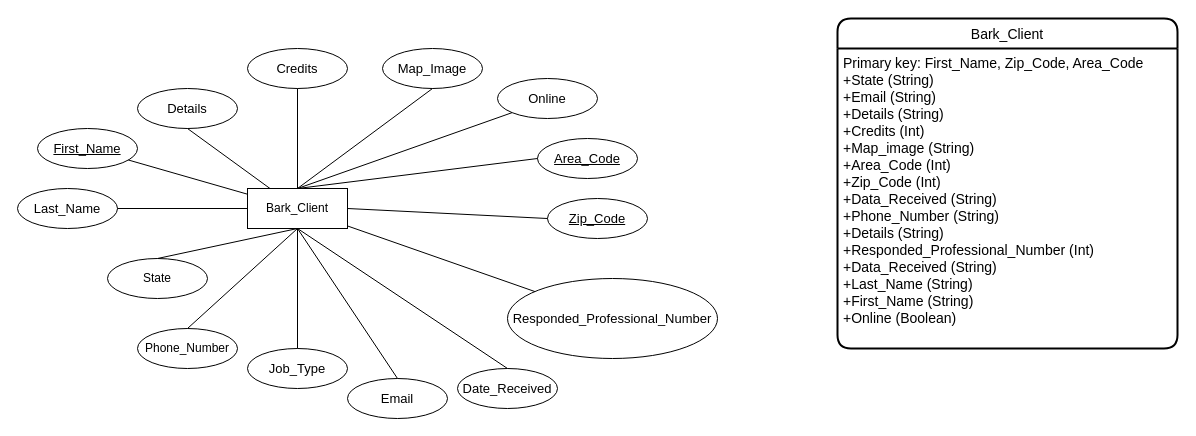
Earlier version of the draw.io diagram Database_Schema/Epibark_Database_Schema.drawio (eamankwah250/python-bark-extractor). Source tidied: cells renumbered, new cells numbered last; positions are measured from the earlier drawing's top-left corner, leaving out a move shared by most shapes. Both pictures are drawn from the tidied source at 100%, with x=0, y=0 at pixel (17, 18).
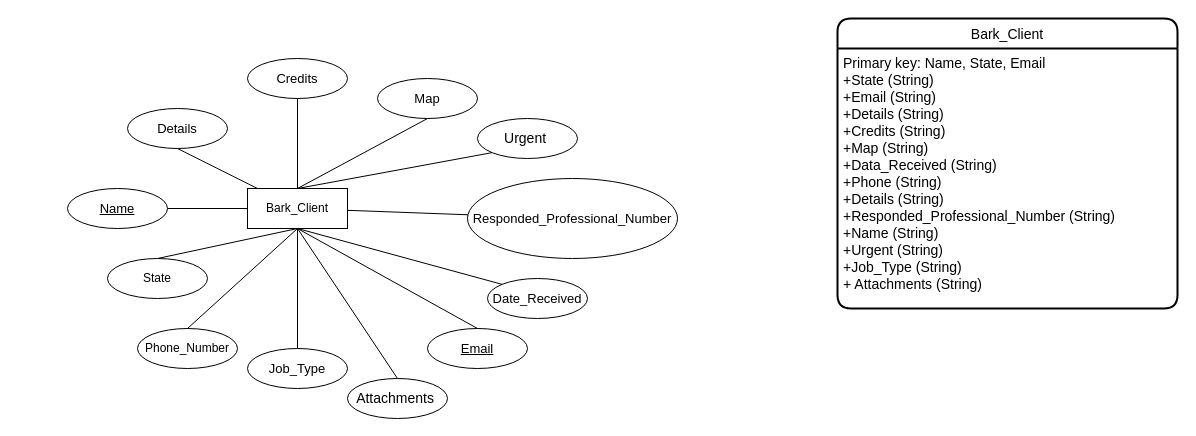
Above is the later version.

The change refers to these unchanged cells:
```xml
<mxCell id="2" value="Bark_Client" style="whiteSpace=wrap;html=1;align=center;" parent="1" vertex="1">
  <mxGeometry x="230" y="170" width="100" height="40" as="geometry" />
</mxCell>
```

Change to the diagram source:
```diff
@@
-    <mxCell id="9" value="&lt;span style=&quot;font-family: arial; font-size: 13px; text-align: left; background-color: rgb(255, 255, 255);&quot;&gt;Email&lt;/span&gt;" style="ellipse;whiteSpace=wrap;html=1;align=center;" parent="1" vertex="1">
-      <mxGeometry x="330" y="360" width="100" height="40" as="geometry" />
+    <mxCell id="9" value="&lt;span style=&quot;font-family: arial; font-size: 13px; text-align: left; background-color: rgb(255, 255, 255);&quot;&gt;&lt;u&gt;Email&lt;/u&gt;&lt;/span&gt;" style="ellipse;whiteSpace=wrap;html=1;align=center;" parent="1" vertex="1">
+      <mxGeometry x="410" y="310" width="100" height="40" as="geometry" />
     </mxCell>
@@
     <mxCell id="11" value="&lt;span style=&quot;font-family: Arial; font-size: 13px; text-align: left; background-color: rgb(255, 255, 255);&quot;&gt;Date_Received&lt;/span&gt;" style="ellipse;whiteSpace=wrap;html=1;align=center;" parent="1" vertex="1">
-      <mxGeometry x="440" y="350" width="100" height="40" as="geometry" />
+      <mxGeometry x="470" y="260" width="100" height="40" as="geometry" />
     </mxCell>
-    <mxCell id="12" style="endArrow=none;html=1;rounded=0;exitX=0.5;exitY=0;exitDx=0;exitDy=0;entryX=0.5;entryY=1;entryDx=0;entryDy=0;" parent="1" edge="1" source="11" target="2">
+    <mxCell id="12" style="endArrow=none;html=1;rounded=0;exitX=0;exitY=0;exitDx=0;exitDy=0;entryX=0.5;entryY=1;entryDx=0;entryDy=0;" parent="1" edge="1" source="11" target="2">
       <mxGeometry relative="1" as="geometry" />
     </mxCell>
-    <mxCell id="13" value="&lt;span style=&quot;font-family: arial; font-size: 13px; text-align: left; background-color: rgb(255, 255, 255);&quot;&gt;&lt;u&gt;Zip_Code&lt;/u&gt;&lt;/span&gt;" style="ellipse;whiteSpace=wrap;html=1;align=center;" parent="1" vertex="1">
-      <mxGeometry x="530" y="180" width="100" height="40" as="geometry" />
-    </mxCell>
-    <mxCell id="14" style="endArrow=none;html=1;rounded=0;exitX=0;exitY=0.5;exitDx=0;exitDy=0;entryX=1;entryY=0.5;entryDx=0;entryDy=0;" parent="1" edge="1" source="13" target="2">
-      <mxGeometry relative="1" as="geometry" />
-    </mxCell>
     <mxCell id="15" value="&lt;div style=&quot;text-align: left;&quot;&gt;&lt;span style=&quot;background-color: initial; font-size: 13px;&quot;&gt;&lt;font face=&quot;arial&quot;&gt;Responded_Professional_Number&lt;/font&gt;&lt;/span&gt;&lt;/div&gt;" style="ellipse;whiteSpace=wrap;html=1;align=center;" parent="1" vertex="1">
-      <mxGeometry x="490" y="260" width="210" height="80" as="geometry" />
+      <mxGeometry x="450" y="160" width="210" height="80" as="geometry" />
     </mxCell>
@@
-    <mxCell id="17" value="&lt;span style=&quot;font-family: arial; font-size: 13px; text-align: left; background-color: rgb(255, 255, 255);&quot;&gt;&lt;u&gt;Area_Code&lt;/u&gt;&lt;/span&gt;" style="ellipse;whiteSpace=wrap;html=1;align=center;" parent="1" vertex="1">
-      <mxGeometry x="520" y="120" width="100" height="40" as="geometry" />
-    </mxCell>
-    <mxCell id="18" style="endArrow=none;html=1;rounded=0;exitX=0;exitY=0.5;exitDx=0;exitDy=0;entryX=0.5;entryY=0;entryDx=0;entryDy=0;" parent="1" edge="1" source="17" target="2">
-      <mxGeometry relative="1" as="geometry" />
-    </mxCell>
-    <mxCell id="19" value="&lt;span style=&quot;font-family: arial; font-size: 13px; text-align: left; background-color: rgb(255, 255, 255);&quot;&gt;Map_Image&lt;/span&gt;" style="ellipse;whiteSpace=wrap;html=1;align=center;" parent="1" vertex="1">
-      <mxGeometry x="365" y="30" width="100" height="40" as="geometry" />
+    <mxCell id="19" value="&lt;span style=&quot;font-family: arial; font-size: 13px; text-align: left; background-color: rgb(255, 255, 255);&quot;&gt;Map&lt;/span&gt;" style="ellipse;whiteSpace=wrap;html=1;align=center;" parent="1" vertex="1">
+      <mxGeometry x="360" y="60" width="100" height="40" as="geometry" />
     </mxCell>
@@
     <mxCell id="21" value="&lt;div style=&quot;text-align: left;&quot;&gt;&lt;font face=&quot;arial&quot;&gt;&lt;span style=&quot;font-size: 13px; background-color: rgb(255, 255, 255);&quot;&gt;Credits&lt;/span&gt;&lt;/font&gt;&lt;/div&gt;" style="ellipse;whiteSpace=wrap;html=1;align=center;" parent="1" vertex="1">
-      <mxGeometry x="230" y="30" width="100" height="40" as="geometry" />
+      <mxGeometry x="230" y="40" width="100" height="40" as="geometry" />
     </mxCell>
@@
     <mxCell id="23" value="&lt;div style=&quot;text-align: left;&quot;&gt;&lt;font face=&quot;arial&quot;&gt;&lt;span style=&quot;font-size: 13px; background-color: rgb(255, 255, 255);&quot;&gt;Details&lt;/span&gt;&lt;/font&gt;&lt;/div&gt;" style="ellipse;whiteSpace=wrap;html=1;align=center;" parent="1" vertex="1">
-      <mxGeometry x="120" y="70" width="100" height="40" as="geometry" />
+      <mxGeometry x="110" y="90" width="100" height="40" as="geometry" />
     </mxCell>
@@
     <mxCell id="25" value="Bark_Client" style="swimlane;horizontal=1;startSize=30;rounded=1;fontSize=14;fontStyle=0;strokeWidth=2;shadow=0;dashed=0;align=center;spacingTop=0;spacing=2;" parent="1" vertex="1">
-      <mxGeometry x="820" width="340" height="330" as="geometry" />
+      <mxGeometry x="820" width="340" height="290" as="geometry" />
     </mxCell>
-    <mxCell id="26" value="Primary key: First_Name, Zip_Code, Area_Code&#10;+State (String)&#10;+Email (String)&#10;+Details (String)&#10;+Credits (Int)&#10;+Map_image (String)&#10;+Area_Code (Int)&#10;+Zip_Code (Int)&#10;+Data_Received (String)&#10;+Phone_Number (String)&#10;+Details (String)&#10;+Responded_Professional_Number (Int)&#10;+Data_Received (String)&#10;+Last_Name (String)&#10;+First_Name (String)&#10;+Online (Boolean)&#10;&#10;&#10;&#10;" style="align=left;strokeColor=none;fillColor=none;spacingLeft=4;fontSize=14;verticalAlign=top;spacing=2;" parent="25" vertex="1">
-      <mxGeometry y="30" width="340" height="300" as="geometry" />
+    <mxCell id="26" value="Primary key: Name, State, Email&#10;+State (String)&#10;+Email (String)&#10;+Details (String)&#10;+Credits (String)&#10;+Map (String)&#10;+Data_Received (String)&#10;+Phone (String)&#10;+Details (String)&#10;+Responded_Professional_Number (String)&#10;+Name (String)&#10;+Urgent (String)&#10;+Job_Type (String)&#10;+ Attachments (String)&#10;&#10;&#10;&#10;" style="align=left;strokeColor=none;fillColor=none;spacingLeft=4;fontSize=14;verticalAlign=top;spacing=2;" parent="25" vertex="1">
+      <mxGeometry y="30" width="340" height="260" as="geometry" />
     </mxCell>
-    <mxCell id="27" value="&lt;div style=&quot;text-align: left;&quot;&gt;&lt;font face=&quot;arial&quot;&gt;&lt;span style=&quot;font-size: 13px; background-color: rgb(255, 255, 255);&quot;&gt;&lt;u&gt;First_Name&lt;/u&gt;&lt;/span&gt;&lt;/font&gt;&lt;/div&gt;" style="ellipse;whiteSpace=wrap;html=1;align=center;" parent="1" vertex="1">
-      <mxGeometry x="20" y="110" width="100" height="40" as="geometry" />
+    <mxCell id="27" value="&lt;div style=&quot;text-align: left;&quot;&gt;&lt;font face=&quot;arial&quot;&gt;&lt;span style=&quot;font-size: 13px; background-color: rgb(255, 255, 255);&quot;&gt;&lt;u&gt;Name&lt;/u&gt;&lt;/span&gt;&lt;/font&gt;&lt;/div&gt;" style="ellipse;whiteSpace=wrap;html=1;align=center;" parent="1" vertex="1">
+      <mxGeometry x="50" y="170" width="100" height="40" as="geometry" />
     </mxCell>
@@
-    <mxCell id="29" value="&lt;div style=&quot;text-align: left;&quot;&gt;&lt;font face=&quot;arial&quot;&gt;&lt;span style=&quot;font-size: 13px; background-color: rgb(255, 255, 255);&quot;&gt;Last_Name&lt;/span&gt;&lt;/font&gt;&lt;/div&gt;" style="ellipse;whiteSpace=wrap;html=1;align=center;" parent="1" vertex="1">
-      <mxGeometry y="170" width="100" height="40" as="geometry" />
-    </mxCell>
-    <mxCell id="30" style="endArrow=none;html=1;rounded=0;entryX=0;entryY=0.5;entryDx=0;entryDy=0;" parent="1" edge="1" source="29" target="2">
-      <mxGeometry relative="1" as="geometry" />
-    </mxCell>
-    <mxCell id="31" value="&lt;div style=&quot;text-align: left;&quot;&gt;&lt;font face=&quot;arial&quot;&gt;&lt;span style=&quot;font-size: 13px; background-color: rgb(255, 255, 255);&quot;&gt;Online&lt;/span&gt;&lt;/font&gt;&lt;/div&gt;" style="ellipse;whiteSpace=wrap;html=1;align=center;" parent="1" vertex="1">
-      <mxGeometry x="480" y="60" width="100" height="40" as="geometry" />
+    <mxCell id="31" value="&lt;div style=&quot;text-align: left;&quot;&gt;&lt;span style=&quot;font-size: 14px;&quot;&gt;Urgent&amp;nbsp;&lt;/span&gt;&lt;br&gt;&lt;/div&gt;" style="ellipse;whiteSpace=wrap;html=1;align=center;" parent="1" vertex="1">
+      <mxGeometry x="460" y="100" width="100" height="40" as="geometry" />
     </mxCell>
@@
+    <mxCell id="33" value="&lt;span style=&quot;font-size: 14px; text-align: left;&quot;&gt;Attachments&amp;nbsp;&lt;/span&gt;" style="ellipse;whiteSpace=wrap;html=1;align=center;" parent="1" vertex="1">
+      <mxGeometry x="330" y="360" width="100" height="40" as="geometry" />
+    </mxCell>
+    <mxCell id="34" style="endArrow=none;html=1;rounded=0;exitX=0.5;exitY=0;exitDx=0;exitDy=0;" parent="1" edge="1" source="33">
+      <mxGeometry relative="1" as="geometry">
+        <mxPoint x="280" y="210" as="targetPoint" />
+      </mxGeometry>
+    </mxCell>
```
